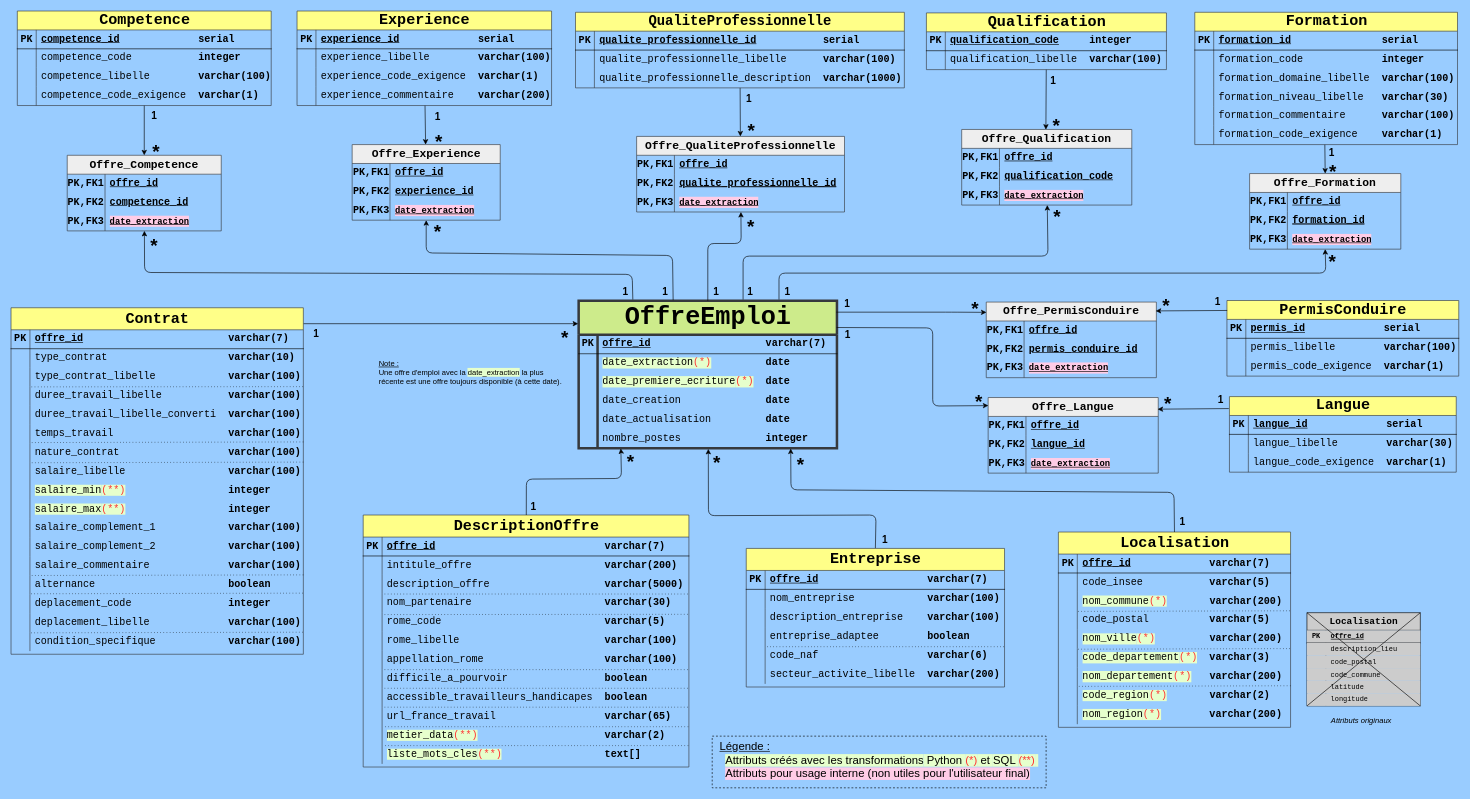
vimchun/Job-Market-in-France keeps this draw.io diagram as drawio_files/UML.drawio. Above is the earlier version. Source tidied: cells renumbered, new cells numbered last; positions are measured from the earlier drawing's top-left corner, leaving out a move shared by most shapes. Both pictures are drawn from the tidied source at 63%, with x=0, y=0 at pixel (11, 11).
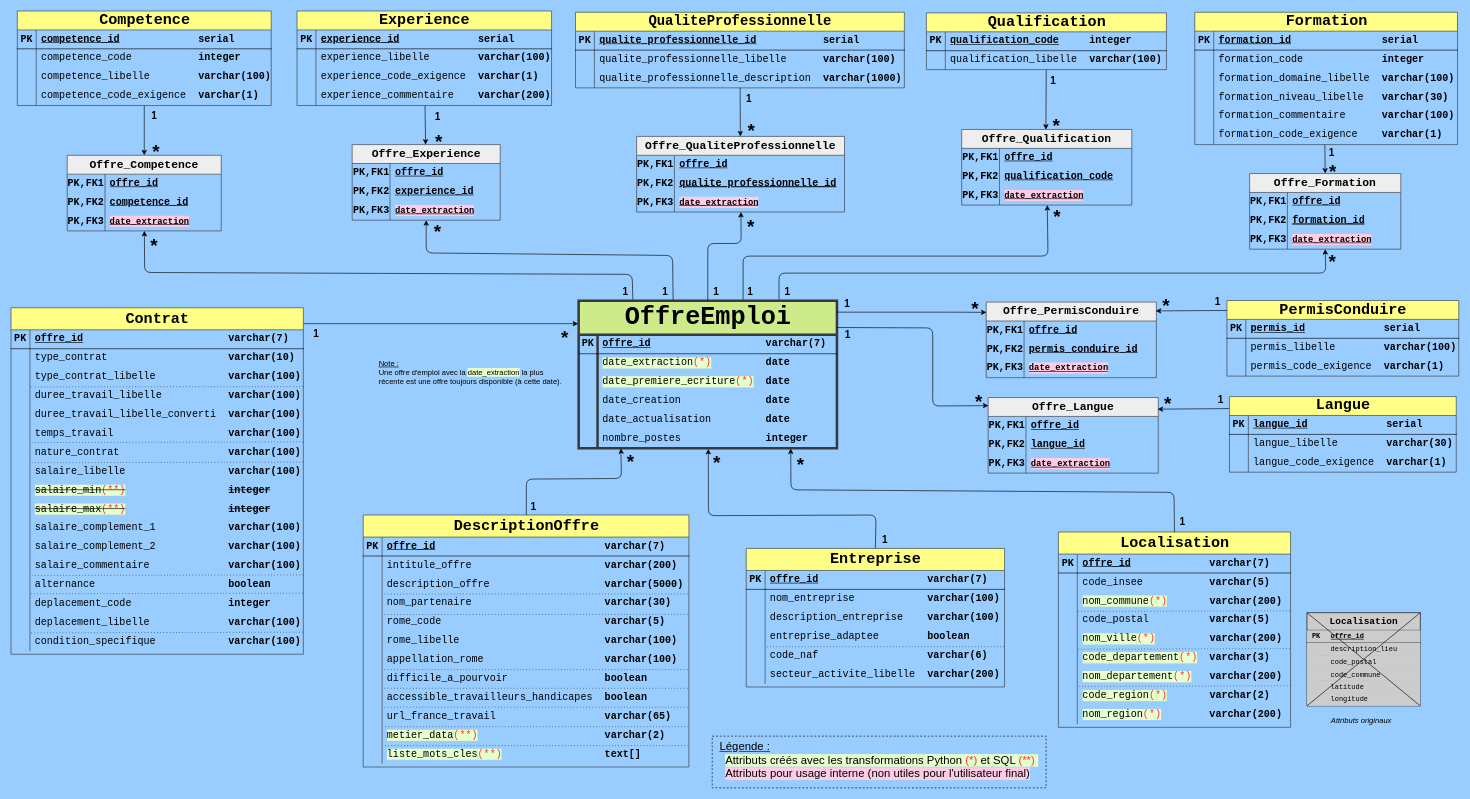
After the change.

Commit message (it also covers changes not shown here):
suppression de la transformation pour avoir les salaires min et max car malheureusement pas fiable à 100% (update README, DAG2, drawio), renommage quelques fichiers sql

The change refers to these unchanged cells:
```xml
<mxCell id="46" style="shape=tableRow;horizontal=0;startSize=0;swimlaneHead=0;swimlaneBody=0;fillColor=none;top=0;left=0;right=0;bottom=0;rounded=0;fontFamily=Courier New;fontSize=16;strokeColor=#000000;" parent="21" vertex="1">
  <mxGeometry y="275" width="464" height="30" as="geometry" />
</mxCell>
<mxCell id="49" style="shape=tableRow;horizontal=0;startSize=0;swimlaneHead=0;swimlaneBody=0;fillColor=none;top=0;left=0;right=0;bottom=0;rounded=0;fontFamily=Courier New;fontSize=16;strokeColor=#000000;" parent="21" vertex="1">
  <mxGeometry y="305" width="464" height="30" as="geometry" />
</mxCell>
```

Diff of the diagram source:
```diff
@@
-    <mxCell id="48" value="&lt;span style=&quot;background-color: rgb(230, 255, 204);&quot;&gt;salaire_min&lt;/span&gt;&lt;span style=&quot;color: rgb(255, 51, 51); background-color: rgb(230, 255, 204);&quot;&gt;(**)&lt;/span&gt;&amp;nbsp; &amp;nbsp; &amp;nbsp; &amp;nbsp; &amp;nbsp; &amp;nbsp; &amp;nbsp; &amp;nbsp; &amp;nbsp;&lt;b&gt;integer&lt;/b&gt;" style="shape=partialRectangle;fillColor=none;top=0;left=0;bottom=0;right=0;align=left;spacingLeft=6;overflow=hidden;whiteSpace=wrap;html=1;rounded=0;fontFamily=Courier New;fontSize=16;strokeColor=#000000;" parent="46" vertex="1">
+    <mxCell id="48" value="&lt;strike&gt;&lt;span style=&quot;background-color: rgb(230, 255, 204);&quot;&gt;salaire_min&lt;/span&gt;&lt;span style=&quot;color: rgb(255, 51, 51); background-color: rgb(230, 255, 204);&quot;&gt;(**)&lt;/span&gt;&lt;/strike&gt;&amp;nbsp; &amp;nbsp; &amp;nbsp; &amp;nbsp; &amp;nbsp; &amp;nbsp; &amp;nbsp; &amp;nbsp; &amp;nbsp;&lt;b style=&quot;&quot;&gt;&lt;strike&gt;integer&lt;/strike&gt;&lt;/b&gt;" style="shape=partialRectangle;fillColor=none;top=0;left=0;bottom=0;right=0;align=left;spacingLeft=6;overflow=hidden;whiteSpace=wrap;html=1;rounded=0;fontFamily=Courier New;fontSize=16;strokeColor=#000000;" parent="46" vertex="1">
       <mxGeometry x="30" width="434" height="30" as="geometry" />
     </mxCell>
@@
-    <mxCell id="51" value="&lt;span style=&quot;background-color: rgb(230, 255, 204);&quot;&gt;salaire_max&lt;/span&gt;&lt;span style=&quot;color: rgb(255, 51, 51); background-color: rgb(230, 255, 204);&quot;&gt;(**)&lt;/span&gt;&amp;nbsp; &amp;nbsp; &amp;nbsp; &amp;nbsp; &amp;nbsp; &amp;nbsp; &amp;nbsp; &amp;nbsp; &amp;nbsp;&lt;b&gt;integer&lt;/b&gt;" style="shape=partialRectangle;fillColor=none;top=0;left=0;bottom=0;right=0;align=left;spacingLeft=6;overflow=hidden;whiteSpace=wrap;html=1;rounded=0;fontFamily=Courier New;fontSize=16;strokeColor=#000000;" parent="49" vertex="1">
+    <mxCell id="51" value="&lt;strike&gt;&lt;span style=&quot;background-color: rgb(230, 255, 204);&quot;&gt;salaire_max&lt;/span&gt;&lt;span style=&quot;color: rgb(255, 51, 51); background-color: rgb(230, 255, 204);&quot;&gt;(**)&lt;/span&gt;&lt;/strike&gt;&amp;nbsp; &amp;nbsp; &amp;nbsp; &amp;nbsp; &amp;nbsp; &amp;nbsp; &amp;nbsp; &amp;nbsp; &amp;nbsp;&lt;b&gt;&lt;strike&gt;integer&lt;/strike&gt;&lt;/b&gt;" style="shape=partialRectangle;fillColor=none;top=0;left=0;bottom=0;right=0;align=left;spacingLeft=6;overflow=hidden;whiteSpace=wrap;html=1;rounded=0;fontFamily=Courier New;fontSize=16;strokeColor=#000000;" parent="49" vertex="1">
       <mxGeometry x="30" width="434" height="30" as="geometry" />
     </mxCell>
```
